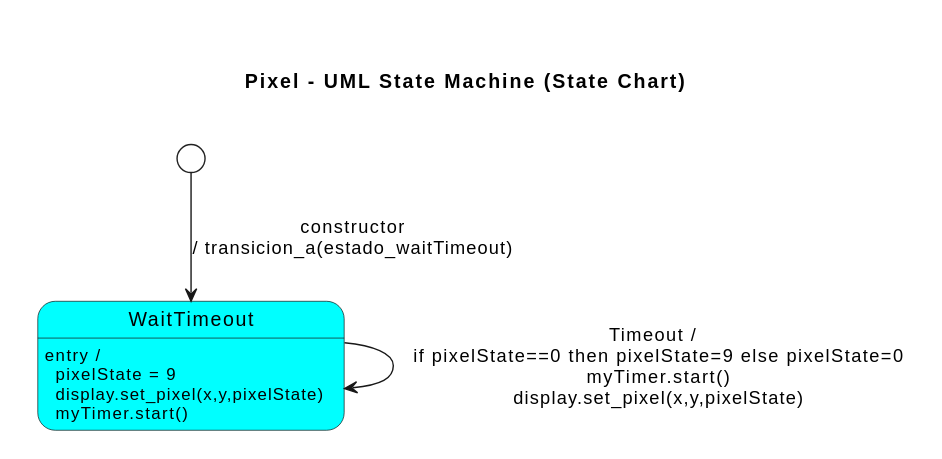
Above: src/assets/pixelStateMachine.svg in juanferfranco/interactivos1-2026-10 (PlantUML), before the change. Source of this version:
```plantuml
@startuml
<style>

document {
  Margin 20
  Padding 10
}

stateDiagram {
  BackgroundColor white
    state {
        BackgroundColor aqua
    }
}
</style>


title Pixel - UML State Machine (State Chart)

[*] --> WaitTimeout : constructor\n/ transicion_a(estado_waitTimeout)

state WaitTimeout {
}

WaitTimeout : entry /\n  pixelState = 9\n  display.set_pixel(x,y,pixelState)\n  myTimer.start()

WaitTimeout --> WaitTimeout : Timeout /\n  if pixelState==0 then pixelState=9 else pixelState=0\n  myTimer.start()\n  display.set_pixel(x,y,pixelState)
@enduml
```
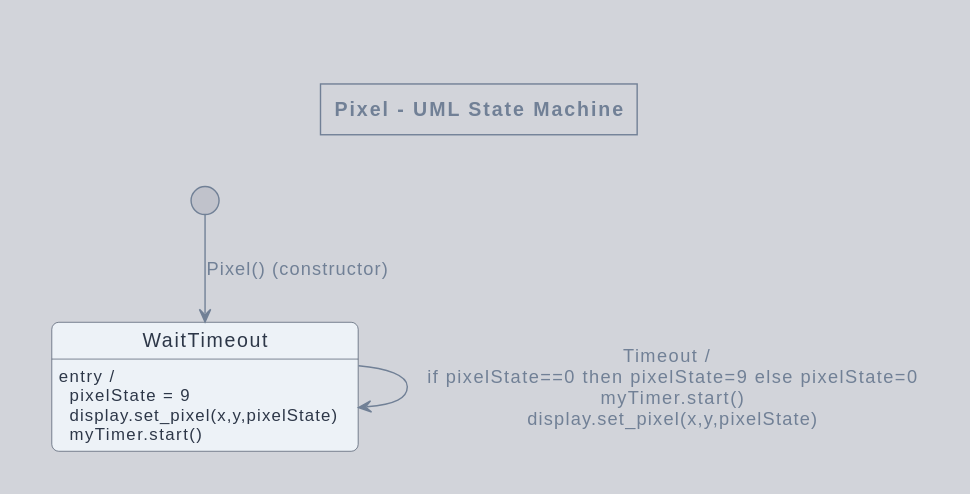
After the change.

Commit message:
Unit2 in progress Sequence Diagram for Pixel

The edit, as a diff of the source:
```diff
@@ -1,28 +1,31 @@
 @startuml
 <style>
-
-document {
-  Margin 20
+root {
+  BackgroundColor #4a556822
+  FontColor #718096
+  LineColor #718096
+  Margin 30
   Padding 10
 }
 
 stateDiagram {
-  BackgroundColor white
-    state {
-        BackgroundColor aqua
-    }
+  state {
+    BackgroundColor #edf2f7
+    LineColor #4a5568
+    FontColor #2d3748
+    RoundCorner 10
+  }
+  arrow {
+    LineColor #718096
+    FontColor #718096
+  }
 }
 </style>
 
 
-title Pixel - UML State Machine (State Chart)
+title Pixel - UML State Machine
 
-[*] --> WaitTimeout : constructor\n/ transicion_a(estado_waitTimeout)
-
-state WaitTimeout {
-}
-
+[*] --> WaitTimeout : Pixel() (constructor)
 WaitTimeout : entry /\n  pixelState = 9\n  display.set_pixel(x,y,pixelState)\n  myTimer.start()
-
 WaitTimeout --> WaitTimeout : Timeout /\n  if pixelState==0 then pixelState=9 else pixelState=0\n  myTimer.start()\n  display.set_pixel(x,y,pixelState)
 @enduml
```
